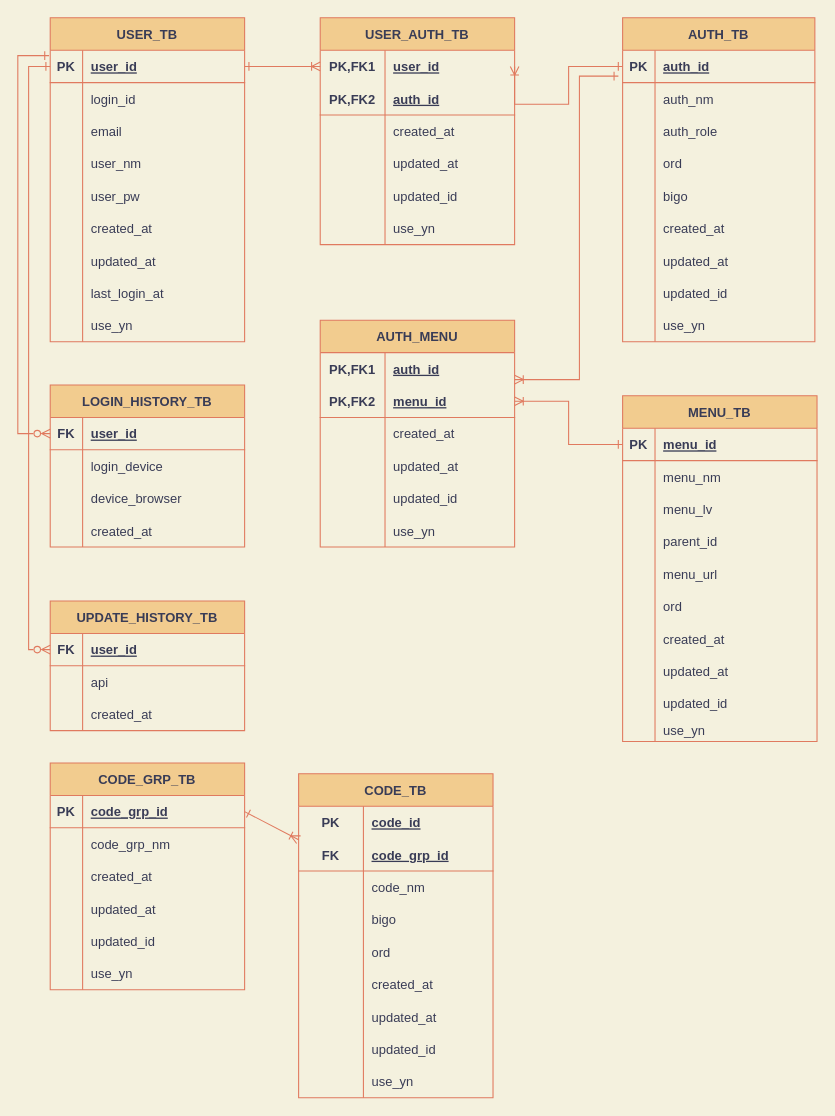
Above: src/main/resources/erd/physical.drawio in reolinodev/back-boot-setting (draw.io), before the change. Source tidied: cells renumbered, new cells numbered last; positions are measured from the earlier drawing's top-left corner, leaving out a move shared by most shapes. Both pictures are drawn from the tidied source at 108%, with x=0, y=0 at pixel (17, 17).
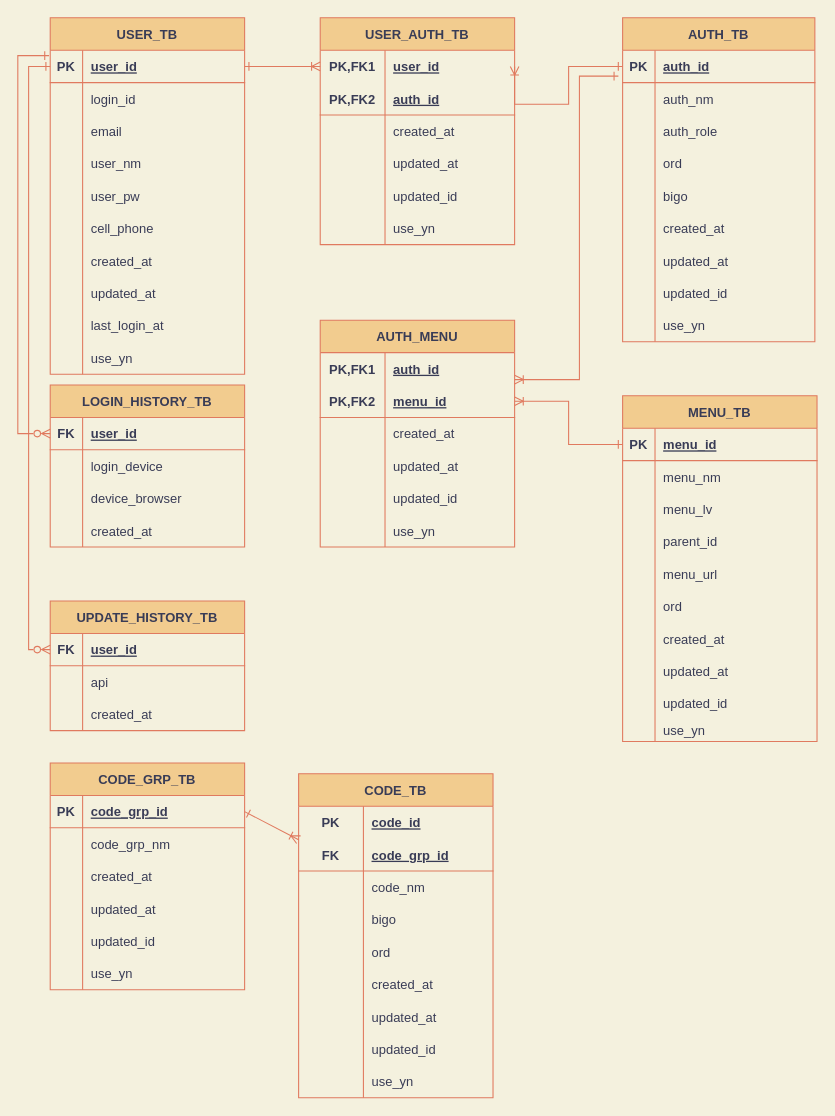
After the change.

The edit, as a diff of the source:
```diff
@@
     <mxCell id="2" value="USER_TB" style="shape=table;startSize=30;childLayout=tableLayout;rowLines=0;fontStyle=1;align=center;fillColor=#F2CC8F;strokeColor=#E07A5F;fontColor=#393C56;" parent="1" vertex="1">
-      <mxGeometry x="30" width="180" height="300" as="geometry" />
+      <mxGeometry x="30" width="180" height="330" as="geometry" />
     </mxCell>
@@
+    <mxCell id="205" style="shape=tableRow;horizontal=0;startSize=0;swimlaneHead=0;swimlaneBody=0;fillColor=none;top=0;left=0;right=0;bottom=0;strokeColor=#E07A5F;fontColor=#393C56;" parent="2" vertex="1">
+      <mxGeometry y="180" width="180" height="30" as="geometry" />
+    </mxCell>
+    <mxCell id="206" style="shape=partialRectangle;fillColor=none;top=0;left=0;bottom=0;right=0;overflow=hidden;strokeColor=#E07A5F;fontColor=#393C56;" parent="205" vertex="1">
+      <mxGeometry width="30" height="30" as="geometry" />
+    </mxCell>
+    <mxCell id="207" value="cell_phone" style="shape=partialRectangle;fillColor=none;top=0;left=0;bottom=0;right=0;align=left;spacingLeft=6;overflow=hidden;strokeColor=#E07A5F;fontColor=#393C56;" parent="205" vertex="1">
+      <mxGeometry x="30" width="150" height="30" as="geometry" />
+    </mxCell>
     <mxCell id="18" style="shape=tableRow;horizontal=0;startSize=0;swimlaneHead=0;swimlaneBody=0;fillColor=none;top=0;left=0;right=0;bottom=0;strokeColor=#E07A5F;fontColor=#393C56;" parent="2" vertex="1">
-      <mxGeometry y="180" width="180" height="30" as="geometry" />
+      <mxGeometry y="210" width="180" height="30" as="geometry" />
     </mxCell>
@@
     <mxCell id="21" style="shape=tableRow;horizontal=0;startSize=0;swimlaneHead=0;swimlaneBody=0;fillColor=none;top=0;left=0;right=0;bottom=0;strokeColor=#E07A5F;fontColor=#393C56;" parent="2" vertex="1">
-      <mxGeometry y="210" width="180" height="30" as="geometry" />
+      <mxGeometry y="240" width="180" height="30" as="geometry" />
     </mxCell>
@@
     <mxCell id="24" style="shape=tableRow;horizontal=0;startSize=0;swimlaneHead=0;swimlaneBody=0;fillColor=none;top=0;left=0;right=0;bottom=0;strokeColor=#E07A5F;fontColor=#393C56;" parent="2" vertex="1">
-      <mxGeometry y="240" width="180" height="30" as="geometry" />
+      <mxGeometry y="270" width="180" height="30" as="geometry" />
     </mxCell>
@@
     <mxCell id="27" style="shape=tableRow;horizontal=0;startSize=0;swimlaneHead=0;swimlaneBody=0;fillColor=none;top=0;left=0;right=0;bottom=0;strokeColor=#E07A5F;fontColor=#393C56;" parent="2" vertex="1">
-      <mxGeometry y="270" width="180" height="30" as="geometry" />
+      <mxGeometry y="300" width="180" height="30" as="geometry" />
     </mxCell>
```
